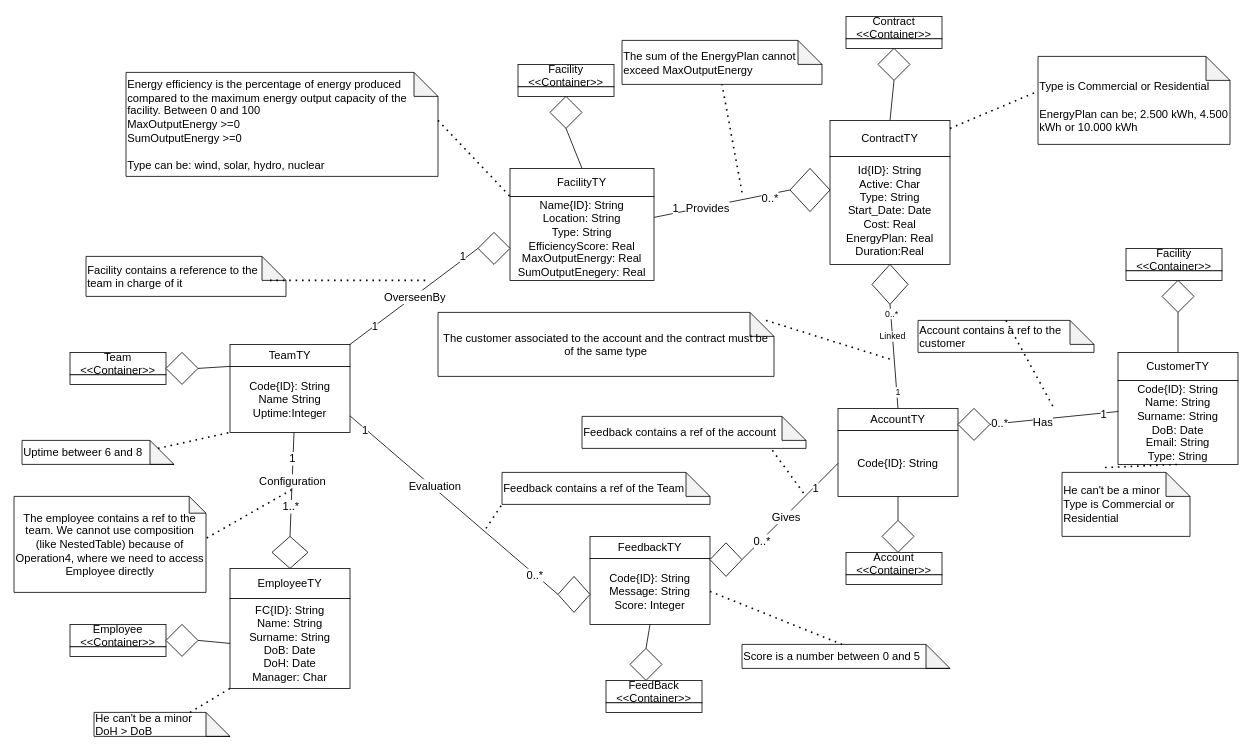
Before: Exam/Documentation/Draw/UML.drawio in Fonty02/DBSystems, a draw.io diagram. Source tidied: cells renumbered, new cells numbered last; positions are measured from the earlier drawing's top-left corner, leaving out a move shared by most shapes. Both pictures are drawn from the tidied source at 80%, with x=0, y=0 at pixel (14, 16).
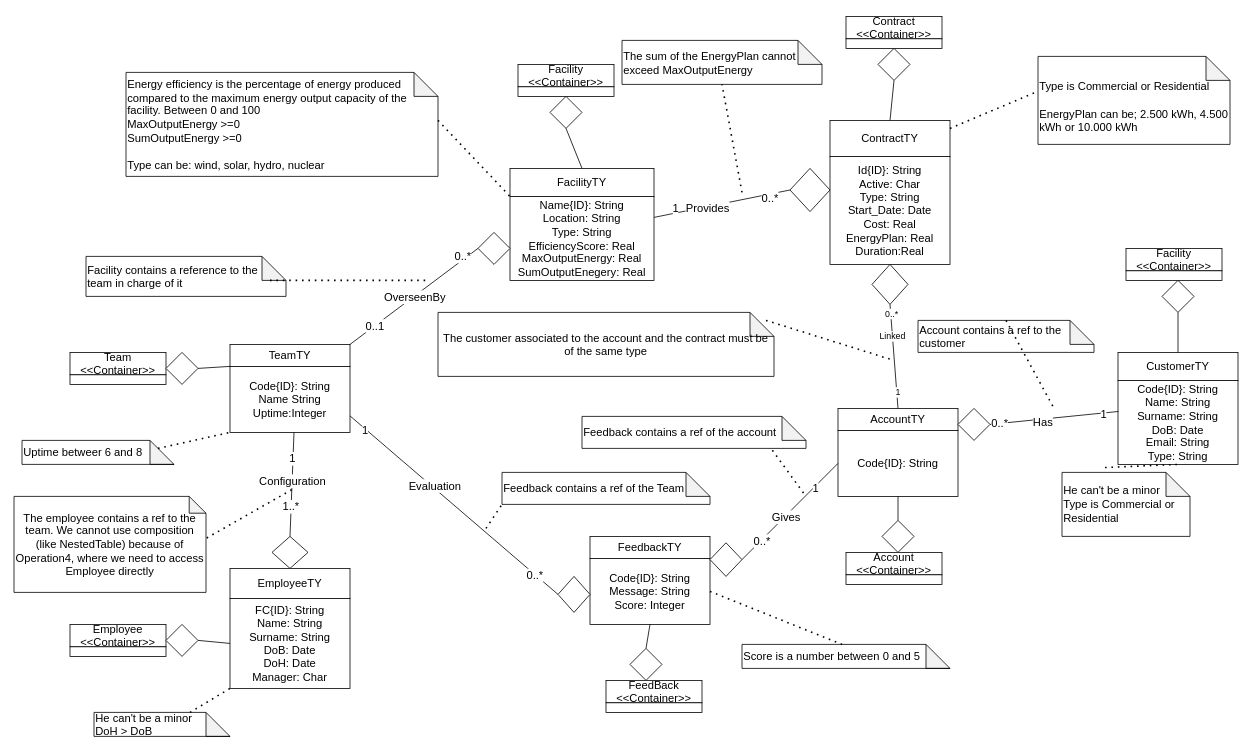
After the change.

The change refers to these unchanged cells:
```xml
<mxCell id="77" style="endArrow=none;html=1;rounded=0;exitX=1;exitY=0;exitDx=0;exitDy=0;entryX=0;entryY=0.5;entryDx=0;entryDy=0;fontSize=14;" parent="1" edge="1" source="25" target="76">
  <mxGeometry relative="1" as="geometry" />
</mxCell>
```

Diff of the diagram source:
```diff
@@
-    <mxCell id="78" value="1" style="edgeLabel;html=1;align=center;verticalAlign=middle;fontSize=14;" parent="77" vertex="1">
+    <mxCell id="78" value="0..1" style="edgeLabel;html=1;align=center;verticalAlign=middle;fontSize=14;" parent="77" vertex="1">
       <mxGeometry x="-0.62" y="1" relative="1" as="geometry">
         <mxPoint x="1" as="offset" />
       </mxGeometry>
     </mxCell>
-    <mxCell id="79" value="1" style="edgeLabel;html=1;align=center;verticalAlign=middle;fontSize=14;" parent="77" vertex="1">
+    <mxCell id="79" value="0..*" style="edgeLabel;html=1;align=center;verticalAlign=middle;fontSize=14;" parent="77" vertex="1">
       <mxGeometry x="0.75" y="-1" relative="1" as="geometry">
         <mxPoint y="-6" as="offset" />
       </mxGeometry>
     </mxCell>
```
